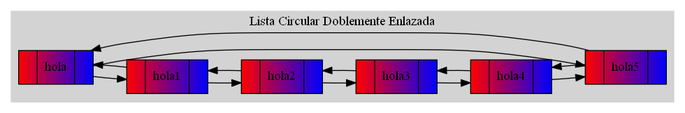
Before: graficaLCD.png, a diagram exported from Graphviz (Tiago-130414/EDD_1S2019_P1_201313722). Its source is kept beside it as graficaLCD.dot. The source it was exported from:
```dot
digraph{
rankdir=LR;
labelloc="t";
subgraph cluster_0{
style=filled;
color = lightgrey;
node[shape=record];
Nodohola[label="{ |hola| }"style = filled, fillcolor = "red:blue"];
Nodohola1[label="{ |hola1| }"style = filled, fillcolor = "red:blue"];
Nodohola2[label="{ |hola2| }"style = filled, fillcolor = "red:blue"];
Nodohola3[label="{ |hola3| }"style = filled, fillcolor = "red:blue"];
Nodohola4[label="{ |hola4| }"style = filled, fillcolor = "red:blue"];
Nodohola5[label="{ |hola5| }"style = filled, fillcolor = "red:blue"];
Nodohola->Nodohola1;
Nodohola1->Nodohola;
Nodohola1->Nodohola2;
Nodohola2->Nodohola1;
Nodohola2->Nodohola3;
Nodohola3->Nodohola2;
Nodohola3->Nodohola4;
Nodohola4->Nodohola3;
Nodohola4->Nodohola5;
Nodohola5->Nodohola4;
Nodohola5->Nodohola;
Nodohola->Nodohola5;
label = "Lista Circular Doblemente Enlazada";
}
}
```
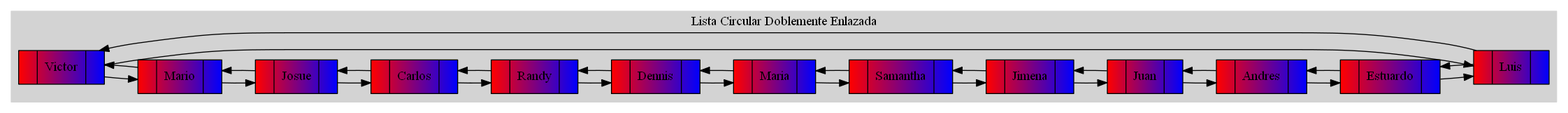
The same file after the commit.

The edit, as a diff of the source:
```diff
@@ -5,24 +5,45 @@
 style=filled;
 color = lightgrey;
 node[shape=record];
-Nodohola[label="{ |hola| }"style = filled, fillcolor = "red:blue"];
-Nodohola1[label="{ |hola1| }"style = filled, fillcolor = "red:blue"];
-Nodohola2[label="{ |hola2| }"style = filled, fillcolor = "red:blue"];
-Nodohola3[label="{ |hola3| }"style = filled, fillcolor = "red:blue"];
-Nodohola4[label="{ |hola4| }"style = filled, fillcolor = "red:blue"];
-Nodohola5[label="{ |hola5| }"style = filled, fillcolor = "red:blue"];
-Nodohola->Nodohola1;
-Nodohola1->Nodohola;
-Nodohola1->Nodohola2;
-Nodohola2->Nodohola1;
-Nodohola2->Nodohola3;
-Nodohola3->Nodohola2;
-Nodohola3->Nodohola4;
-Nodohola4->Nodohola3;
-Nodohola4->Nodohola5;
-Nodohola5->Nodohola4;
-Nodohola5->Nodohola;
-Nodohola->Nodohola5;
+NodoVictor[label="{ |Victor| }"style = filled, fillcolor = "red:blue"];
+NodoMario[label="{ |Mario| }"style = filled, fillcolor = "red:blue"];
+NodoJosue[label="{ |Josue| }"style = filled, fillcolor = "red:blue"];
+NodoCarlos[label="{ |Carlos| }"style = filled, fillcolor = "red:blue"];
+NodoRandy[label="{ |Randy| }"style = filled, fillcolor = "red:blue"];
+NodoDennis[label="{ |Dennis| }"style = filled, fillcolor = "red:blue"];
+NodoMaria[label="{ |Maria| }"style = filled, fillcolor = "red:blue"];
+NodoSamantha[label="{ |Samantha| }"style = filled, fillcolor = "red:blue"];
+NodoJimena[label="{ |Jimena| }"style = filled, fillcolor = "red:blue"];
+NodoJuan [label="{ |Juan | }"style = filled, fillcolor = "red:blue"];
+NodoAndres[label="{ |Andres| }"style = filled, fillcolor = "red:blue"];
+NodoEstuardo[label="{ |Estuardo| }"style = filled, fillcolor = "red:blue"];
+NodoLuis[label="{ |Luis| }"style = filled, fillcolor = "red:blue"];
+NodoVictor->NodoMario;
+NodoMario->NodoVictor;
+NodoMario->NodoJosue;
+NodoJosue->NodoMario;
+NodoJosue->NodoCarlos;
+NodoCarlos->NodoJosue;
+NodoCarlos->NodoRandy;
+NodoRandy->NodoCarlos;
+NodoRandy->NodoDennis;
+NodoDennis->NodoRandy;
+NodoDennis->NodoMaria;
+NodoMaria->NodoDennis;
+NodoMaria->NodoSamantha;
+NodoSamantha->NodoMaria;
+NodoSamantha->NodoJimena;
+NodoJimena->NodoSamantha;
+NodoJimena->NodoJuan ;
+NodoJuan ->NodoJimena;
+NodoJuan ->NodoAndres;
+NodoAndres->NodoJuan ;
+NodoAndres->NodoEstuardo;
+NodoEstuardo->NodoAndres;
+NodoEstuardo->NodoLuis;
+NodoLuis->NodoEstuardo;
+NodoLuis->NodoVictor;
+NodoVictor->NodoLuis;
 label = "Lista Circular Doblemente Enlazada";
 }
 }
```
